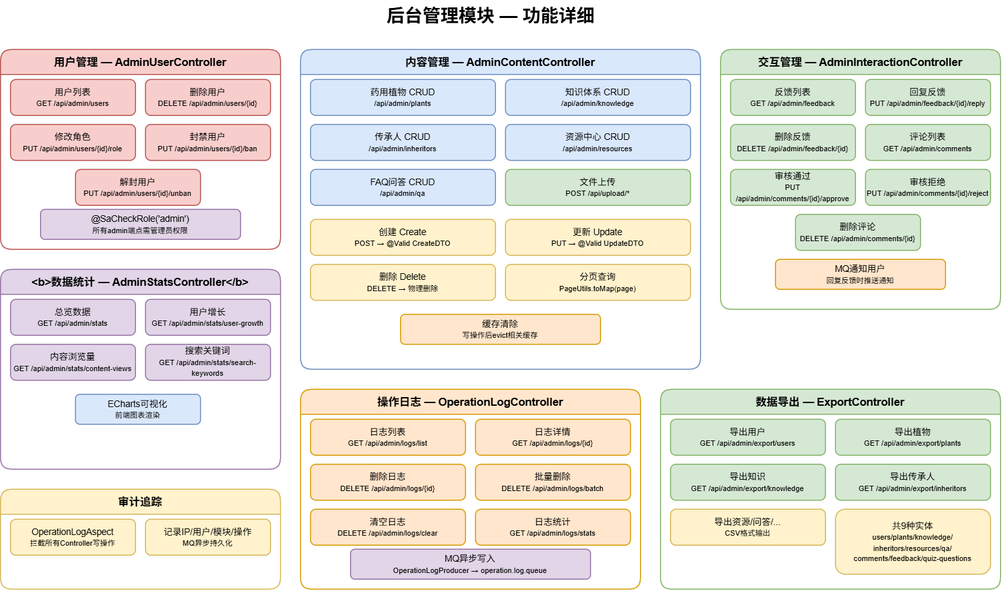
Above: docs/diagrams-png/module-admin.drawio.png in yhe3603-star/Graduation-Project (draw.io), before the change. Source tidied: cells renumbered, new cells last; positions are measured from the earlier drawing's top-left corner, leaving out a move shared by most shapes.
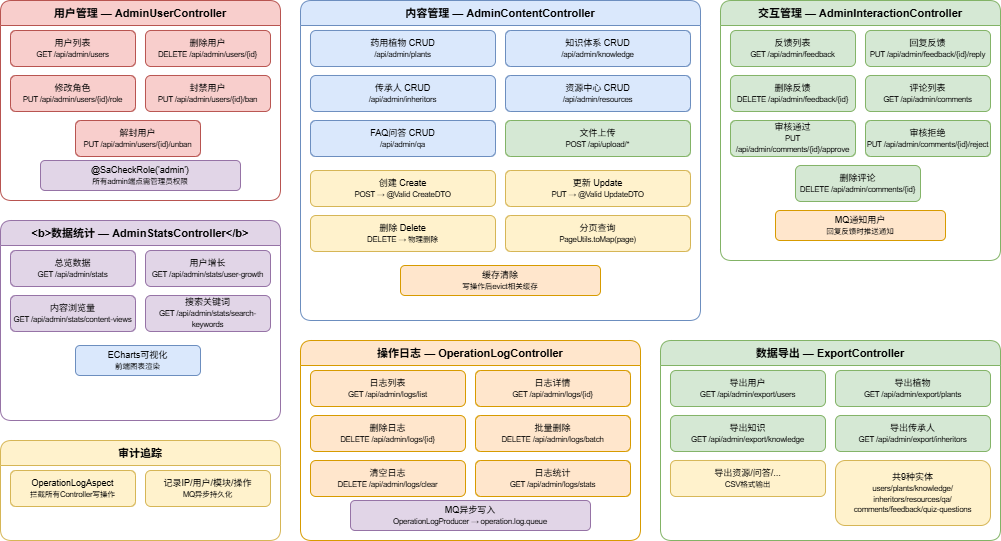
The same file after the commit.

What changed in the source:
```diff
@@ -2,9 +2,6 @@
   <root>
     <mxCell id="0" />
     <mxCell id="1" parent="0" />
-    <mxCell id="2" value="后台管理模块 — 功能详细" style="text;html=1;fontSize=18;fontStyle=1;align=center;" parent="1" vertex="1">
-      <mxGeometry x="290" width="400" height="30" as="geometry" />
-    </mxCell>
     <mxCell id="3" value="用户管理 — AdminUserController" style="swimlane;startSize=25;fillColor=#f8cecc;strokeColor=#b85450;fontSize=11;rounded=1;" parent="1" vertex="1">
       <mxGeometry y="50" width="280" height="200" as="geometry" />
     </mxCell>
```
